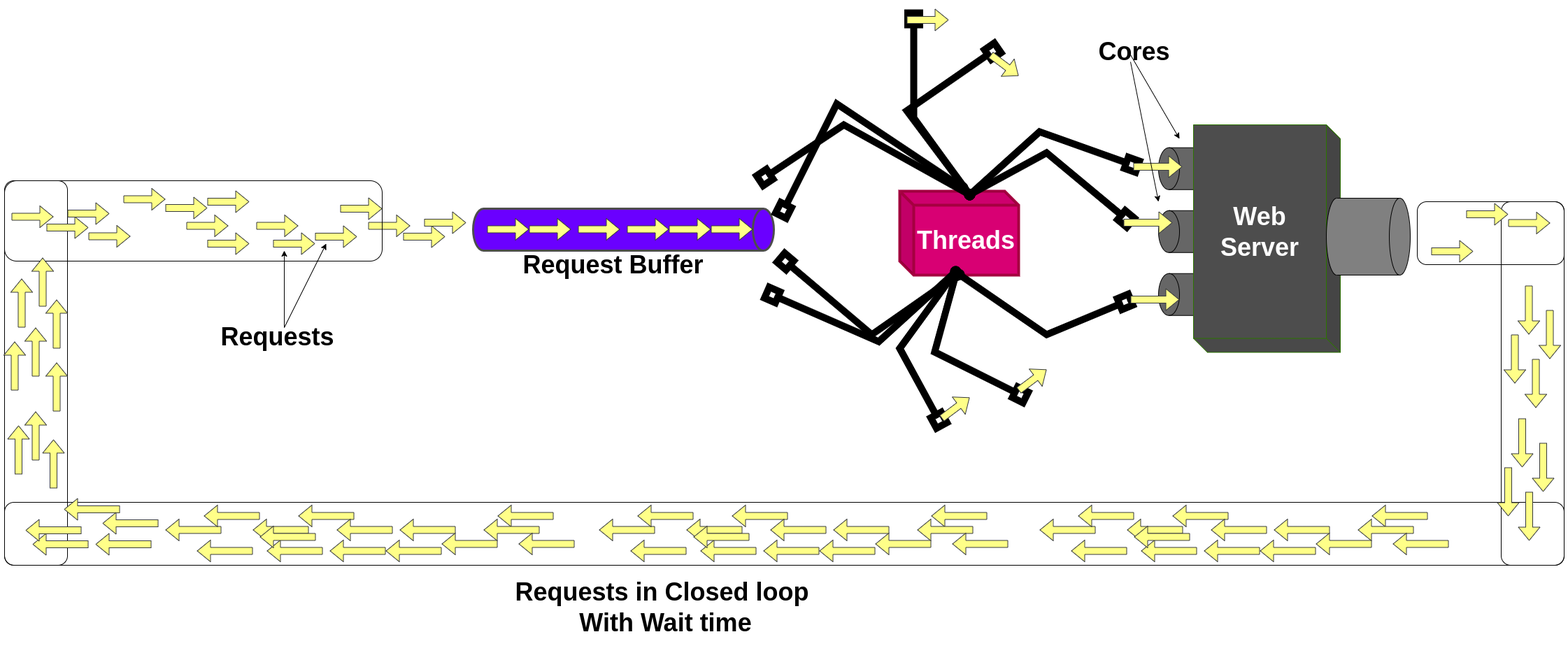
Earlier version of the draw.io export pictures/Web-Server-System.png (jatin-jatin/Discrete-Event-Simulation-Web-Application). Source tidied: cells renumbered, new cells last; positions are measured from the earlier drawing's top-left corner, leaving out a move shared by most shapes.
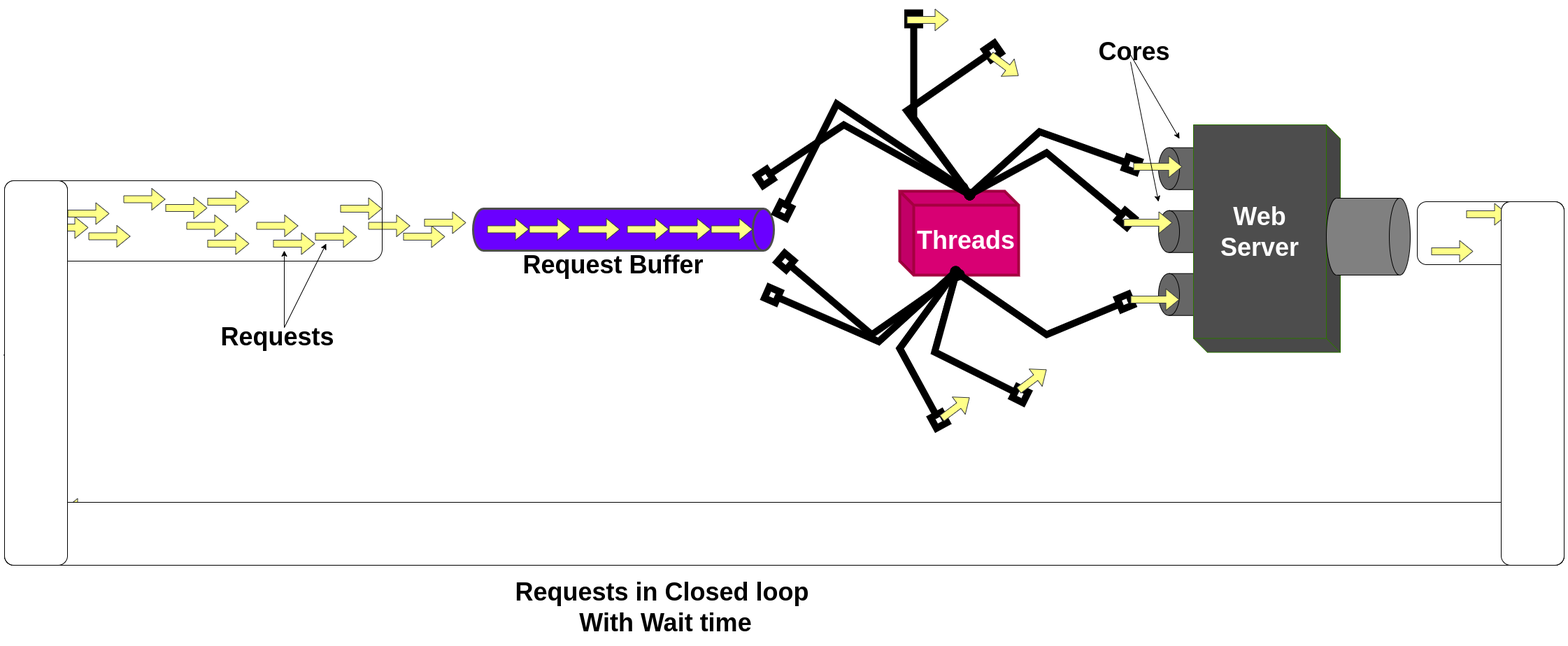
The same file after the commit.

What changed in the source:
```diff
@@ -768,5 +768,14 @@
     <mxCell id="132" value="&lt;font style=&quot;font-size: 36px;&quot;&gt;&lt;b&gt;Requests in Closed loop&amp;nbsp;&lt;br style=&quot;border-color: var(--border-color);&quot;&gt;With Wait time&lt;/b&gt;&lt;/font&gt;" style="text;html=1;align=center;verticalAlign=middle;strokeColor=none;fillColor=none;" parent="1" vertex="1">
       <mxGeometry x="720" y="800" width="450" height="100" as="geometry" />
     </mxCell>
+    <mxCell id="133" style="rounded=1;whiteSpace=wrap;html=1;direction=west;fillColor=default;" parent="1" vertex="1">
+      <mxGeometry y="700" width="2230" height="90" as="geometry" />
+    </mxCell>
+    <mxCell id="134" style="rounded=1;whiteSpace=wrap;html=1;direction=south;fillColor=default;" parent="1" vertex="1">
+      <mxGeometry y="240" width="90" height="550" as="geometry" />
+    </mxCell>
+    <mxCell id="135" style="rounded=1;whiteSpace=wrap;html=1;direction=south;fillColor=default;" parent="1" vertex="1">
+      <mxGeometry x="2140" y="270" width="90" height="520" as="geometry" />
+    </mxCell>
   </root>
 </mxGraphModel>
```
